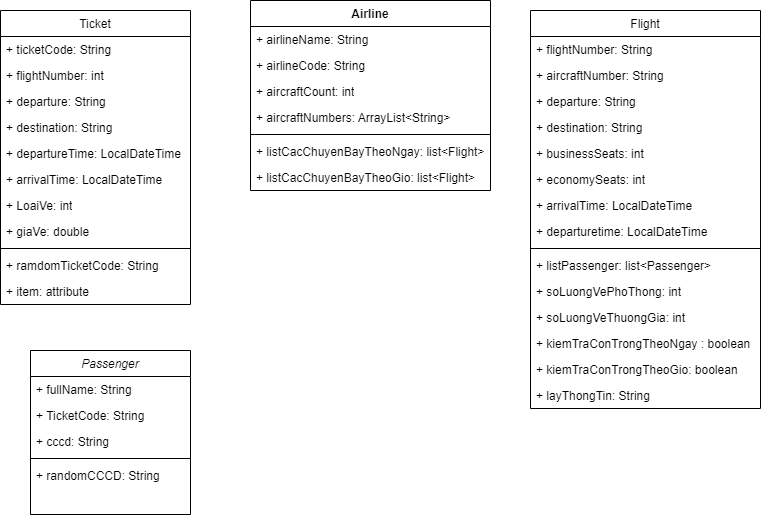
Before: Untitled Diagram.drawio.png, a diagram exported from draw.io (TrinhChiAn/Nhom4_Java07). Source tidied: cells renumbered, new cells last; positions are measured from the earlier drawing's top-left corner, leaving out a move shared by most shapes.
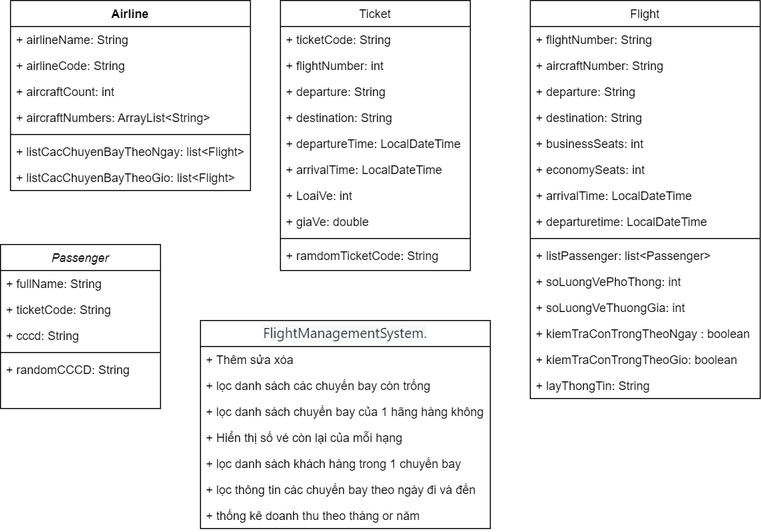
After the change.

Commit message:
update demo class

Diff of the diagram source:
```diff
@@ -3,12 +3,12 @@
     <mxCell id="0" />
     <mxCell id="1" parent="0" />
     <mxCell id="2" value="Passenger" style="swimlane;fontStyle=2;align=center;verticalAlign=top;horizontal=1;startSize=26;rounded=0;shadow=0;strokeWidth=1;" parent="1" vertex="1">
-      <mxGeometry x="30" y="350" width="160" height="164" as="geometry" />
+      <mxGeometry y="244" width="160" height="164" as="geometry" />
     </mxCell>
     <mxCell id="3" value="+&amp;nbsp;fullName: String" style="text;strokeColor=none;fillColor=none;align=left;verticalAlign=top;spacingLeft=4;spacingRight=4;overflow=hidden;whiteSpace=wrap;html=1;" parent="2" vertex="1">
       <mxGeometry y="26" width="160" height="26" as="geometry" />
     </mxCell>
-    <mxCell id="4" value="+ TicketCode: String" style="text;strokeColor=none;fillColor=none;align=left;verticalAlign=top;spacingLeft=4;spacingRight=4;overflow=hidden;whiteSpace=wrap;html=1;" parent="2" vertex="1">
+    <mxCell id="4" value="+ ticketCode: String" style="text;strokeColor=none;fillColor=none;align=left;verticalAlign=top;spacingLeft=4;spacingRight=4;overflow=hidden;whiteSpace=wrap;html=1;" parent="2" vertex="1">
       <mxGeometry y="52" width="160" height="26" as="geometry" />
     </mxCell>
     <mxCell id="5" value="+&amp;nbsp;cccd: String" style="text;strokeColor=none;fillColor=none;align=left;verticalAlign=top;spacingLeft=4;spacingRight=4;overflow=hidden;whiteSpace=wrap;html=1;" parent="2" vertex="1">
@@ -21,7 +21,7 @@
       <mxGeometry y="112" width="160" height="26" as="geometry" />
     </mxCell>
     <mxCell id="8" value="Ticket" style="swimlane;fontStyle=0;align=center;verticalAlign=top;horizontal=1;startSize=26;rounded=0;shadow=0;strokeWidth=1;" parent="1" vertex="1">
-      <mxGeometry y="10" width="190" height="294" as="geometry" />
+      <mxGeometry x="280" width="190" height="270" as="geometry" />
     </mxCell>
     <mxCell id="9" value="+ ticketCode: String" style="text;strokeColor=none;fillColor=none;align=left;verticalAlign=top;spacingLeft=4;spacingRight=4;overflow=hidden;whiteSpace=wrap;html=1;shadow=1;" parent="8" vertex="1">
       <mxGeometry y="26" width="190" height="26" as="geometry" />
@@ -53,11 +53,8 @@
     <mxCell id="18" value="+ ramdomTicketCode: String" style="text;strokeColor=none;fillColor=none;align=left;verticalAlign=top;spacingLeft=4;spacingRight=4;overflow=hidden;whiteSpace=wrap;html=1;" parent="8" vertex="1">
       <mxGeometry y="242" width="190" height="26" as="geometry" />
     </mxCell>
-    <mxCell id="19" value="+ item: attribute" style="text;strokeColor=none;fillColor=none;align=left;verticalAlign=top;spacingLeft=4;spacingRight=4;overflow=hidden;whiteSpace=wrap;html=1;" parent="8" vertex="1">
-      <mxGeometry y="268" width="190" height="26" as="geometry" />
-    </mxCell>
     <mxCell id="20" value="Flight" style="swimlane;fontStyle=0;align=center;verticalAlign=top;horizontal=1;startSize=26;rounded=0;shadow=0;strokeWidth=1;" parent="1" vertex="1">
-      <mxGeometry x="530" y="10" width="230" height="398" as="geometry" />
+      <mxGeometry x="530" width="230" height="398" as="geometry" />
     </mxCell>
     <mxCell id="21" value="+ flightNumber: String" style="text;align=left;verticalAlign=top;spacingLeft=4;spacingRight=4;overflow=hidden;" parent="20" vertex="1">
       <mxGeometry y="26" width="230" height="26" as="geometry" />
@@ -105,7 +102,7 @@
       <mxGeometry y="372" width="230" height="26" as="geometry" />
     </mxCell>
     <mxCell id="36" value="Airline" style="swimlane;fontStyle=1;align=center;verticalAlign=top;horizontal=1;startSize=26;whiteSpace=wrap;html=1;" parent="1" vertex="1">
-      <mxGeometry x="250" width="240" height="190" as="geometry" />
+      <mxGeometry x="10" width="240" height="190" as="geometry" />
     </mxCell>
     <mxCell id="37" value="+&amp;nbsp;airlineName: String" style="text;strokeColor=none;fillColor=none;align=left;verticalAlign=top;spacingLeft=4;spacingRight=4;overflow=hidden;whiteSpace=wrap;html=1;" parent="36" vertex="1">
       <mxGeometry y="26" width="240" height="26" as="geometry" />
@@ -123,10 +120,34 @@
       <mxGeometry y="130" width="240" height="8" as="geometry" />
     </mxCell>
     <mxCell id="42" value="+ listCacChuyenBayTheoNgay: list&amp;lt;Flight&amp;gt;" style="text;strokeColor=none;fillColor=none;align=left;verticalAlign=top;spacingLeft=4;spacingRight=4;overflow=hidden;whiteSpace=wrap;html=1;" parent="36" vertex="1">
-      <mxGeometry y="138" width="240" height="26" as="geometry" />
+      <mxGeometry y="138" width="240" height="52" as="geometry" />
     </mxCell>
+    <mxCell id="44" value="&lt;h3 style=&quot;box-sizing: border-box; margin: 0px; font-size: 14px; font-weight: var(--base-text-weight-normal, 400); color: rgb(31, 35, 40); font-family: -apple-system, BlinkMacSystemFont, &amp;quot;Segoe UI&amp;quot;, &amp;quot;Noto Sans&amp;quot;, Helvetica, Arial, sans-serif, &amp;quot;Apple Color Emoji&amp;quot;, &amp;quot;Segoe UI Emoji&amp;quot;; text-align: left; background-color: rgb(246, 248, 250);&quot;&gt;&lt;div style=&quot;box-sizing: border-box; display: inline-block; max-width: 100%; overflow: hidden; text-overflow: ellipsis; vertical-align: top;&quot; aria-label=&quot;FlightManagementSystem.java&quot; title=&quot;FlightManagementSystem.java&quot; class=&quot;react-directory-truncate&quot;&gt;&lt;a style=&quot;box-sizing: border-box; background-color: transparent;&quot; href=&quot;https://github.com/TrinhChiAn/Nhom4_Java07/blob/main/FlightBookingSoftware/src/main/java/nhom4/java07/flightbookingsoftware/FlightManagementSystem.java&quot; class=&quot;Link--primary&quot; aria-describedby=&quot;item-type-24&quot;&gt;FlightManagementSystem.&lt;/a&gt;&lt;/div&gt;&lt;/h3&gt;" style="swimlane;fontStyle=0;horizontal=1;startSize=26;fillColor=none;whiteSpace=wrap;html=1;" parent="1" vertex="1">
+      <mxGeometry x="200" y="320" width="290" height="208" as="geometry" />
+    </mxCell>
+    <mxCell id="45" value="+ Thêm sửa xóa" style="text;strokeColor=none;fillColor=none;align=left;verticalAlign=top;spacingLeft=4;spacingRight=4;overflow=hidden;whiteSpace=wrap;html=1;" parent="44" vertex="1">
+      <mxGeometry y="26" width="290" height="26" as="geometry" />
+    </mxCell>
+    <mxCell id="46" value="+ lọc danh sách các chuyến bay còn trống" style="text;strokeColor=none;fillColor=none;align=left;verticalAlign=top;spacingLeft=4;spacingRight=4;overflow=hidden;whiteSpace=wrap;html=1;" parent="44" vertex="1">
+      <mxGeometry y="52" width="290" height="26" as="geometry" />
+    </mxCell>
+    <mxCell id="47" value="+ lọc danh sách chuyến bay của 1 hãng hàng không" style="text;strokeColor=none;fillColor=none;align=left;verticalAlign=top;spacingLeft=4;spacingRight=4;overflow=hidden;whiteSpace=wrap;html=1;" parent="44" vertex="1">
+      <mxGeometry y="78" width="290" height="26" as="geometry" />
+    </mxCell>
+    <mxCell id="48" value="+ Hiển thị số vé còn lại của mỗi hạng" style="text;strokeColor=none;fillColor=none;align=left;verticalAlign=top;spacingLeft=4;spacingRight=4;overflow=hidden;whiteSpace=wrap;html=1;" parent="44" vertex="1">
+      <mxGeometry y="104" width="290" height="26" as="geometry" />
+    </mxCell>
+    <mxCell id="49" value="+ lọc danh sách khách hàng trong 1 chuyến bay" style="text;strokeColor=none;fillColor=none;align=left;verticalAlign=top;spacingLeft=4;spacingRight=4;overflow=hidden;whiteSpace=wrap;html=1;" parent="44" vertex="1">
+      <mxGeometry y="130" width="290" height="26" as="geometry" />
+    </mxCell>
+    <mxCell id="50" value="+ lọc thông tin các chuyến bay theo ngày đi và đến" style="text;strokeColor=none;fillColor=none;align=left;verticalAlign=top;spacingLeft=4;spacingRight=4;overflow=hidden;whiteSpace=wrap;html=1;" parent="44" vertex="1">
+      <mxGeometry y="156" width="290" height="26" as="geometry" />
+    </mxCell>
+    <mxCell id="51" value="+ thống kê doanh thu theo tháng or năm" style="text;strokeColor=none;fillColor=none;align=left;verticalAlign=top;spacingLeft=4;spacingRight=4;overflow=hidden;whiteSpace=wrap;html=1;" parent="44" vertex="1">
+      <mxGeometry y="182" width="290" height="26" as="geometry" />
+    </mxCell>
-    <mxCell id="43" value="+ listCacChuyenBayTheoGio: list&amp;lt;Flight&amp;gt;" style="text;strokeColor=none;fillColor=none;align=left;verticalAlign=top;spacingLeft=4;spacingRight=4;overflow=hidden;whiteSpace=wrap;html=1;" parent="36" vertex="1">
-      <mxGeometry y="164" width="240" height="26" as="geometry" />
+    <mxCell id="43" value="+ listCacChuyenBayTheoGio: list&amp;lt;Flight&amp;gt;" style="text;strokeColor=none;fillColor=none;align=left;verticalAlign=top;spacingLeft=4;spacingRight=4;overflow=hidden;whiteSpace=wrap;html=1;" parent="1" vertex="1">
+      <mxGeometry x="10" y="164" width="240" height="26" as="geometry" />
     </mxCell>
   </root>
 </mxGraphModel>
```
